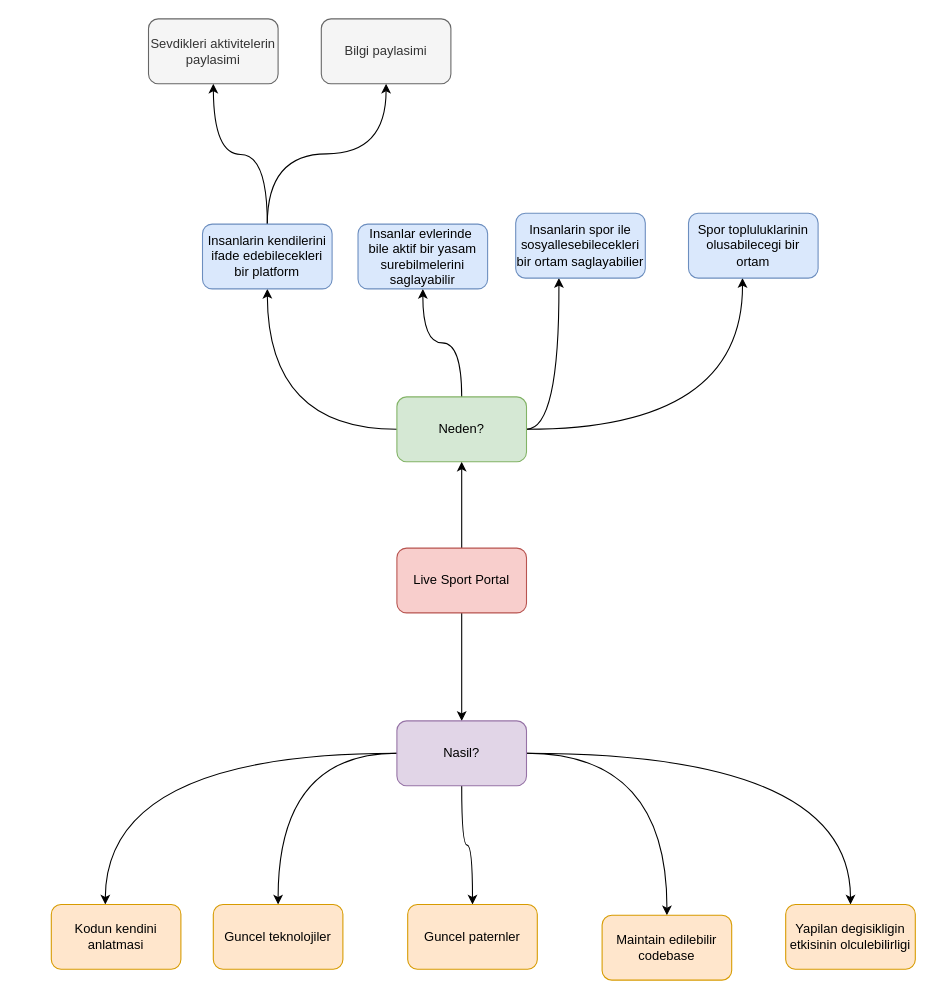
emrahoner/live-sport-documents keeps this draw.io diagram as Mindmapping.drawio. Above is the earlier version. Source tidied: cells renumbered, new cells numbered last; positions are measured from the earlier drawing's top-left corner, leaving out a move shared by most shapes. Both pictures are drawn from the tidied source at 108%, with x=0, y=0 at pixel (51, 18).
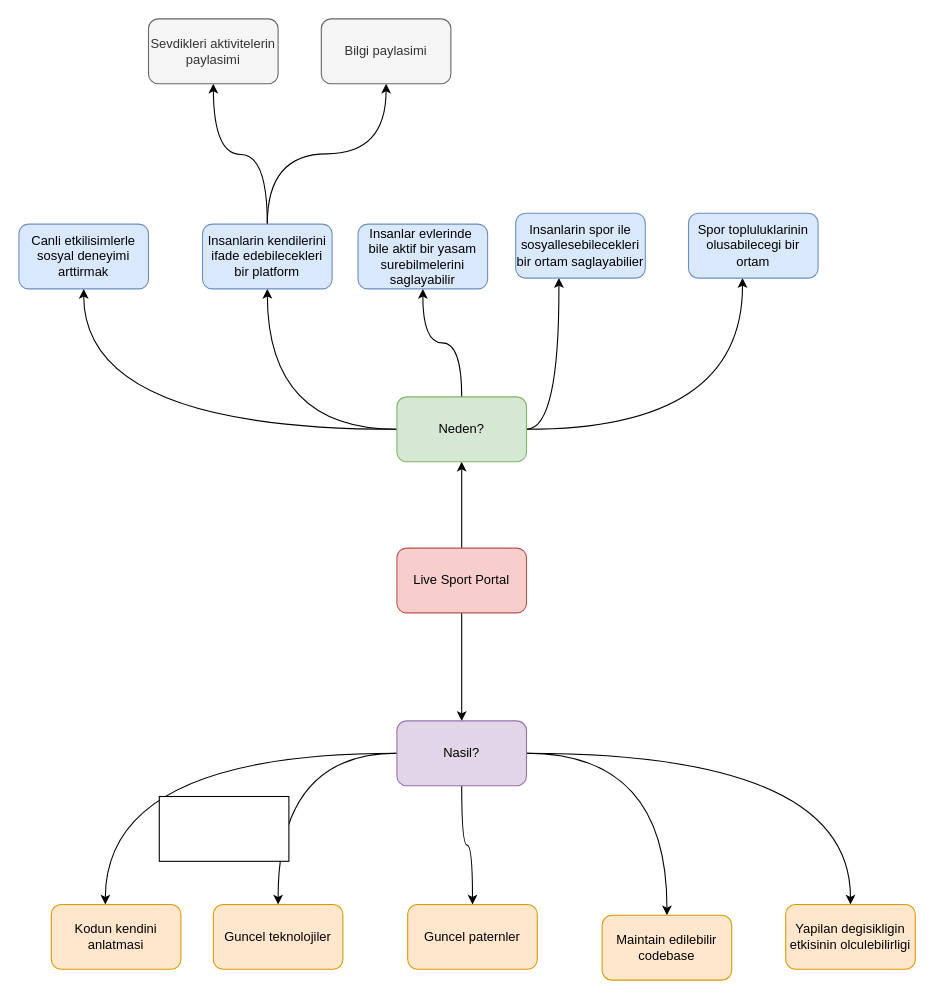
The same page after the edit.

Commit message:
Add a reason to mindmap

The change refers to these unchanged cells:
```xml
<mxCell id="9" value="Neden?" style="rounded=1;whiteSpace=wrap;html=1;fillColor=#d5e8d4;strokeColor=#82b366;" parent="1" vertex="1">
  <mxGeometry x="320" y="350" width="120" height="60" as="geometry" />
</mxCell>
```

What changed in the source:
```diff
@@
+    <mxCell id="29" style="edgeStyle=orthogonalEdgeStyle;rounded=0;jettySize=auto;html=1;curved=1;" parent="1" edge="1" source="9" target="31">
+      <mxGeometry relative="1" as="geometry" />
+    </mxCell>
@@
+    <mxCell id="30" style="rounded=0;whiteSpace=wrap;html=1;" parent="1" vertex="1">
+      <mxGeometry x="100" y="720" width="120" height="60" as="geometry" />
+    </mxCell>
+    <mxCell id="31" value="Canli etkilisimlerle sosyal deneyimi arttirmak" style="rounded=1;whiteSpace=wrap;html=1;fillColor=#dae8fc;strokeColor=#6c8ebf;" parent="1" vertex="1">
+      <mxGeometry x="-30" y="190" width="120" height="60" as="geometry" />
+    </mxCell>
```
